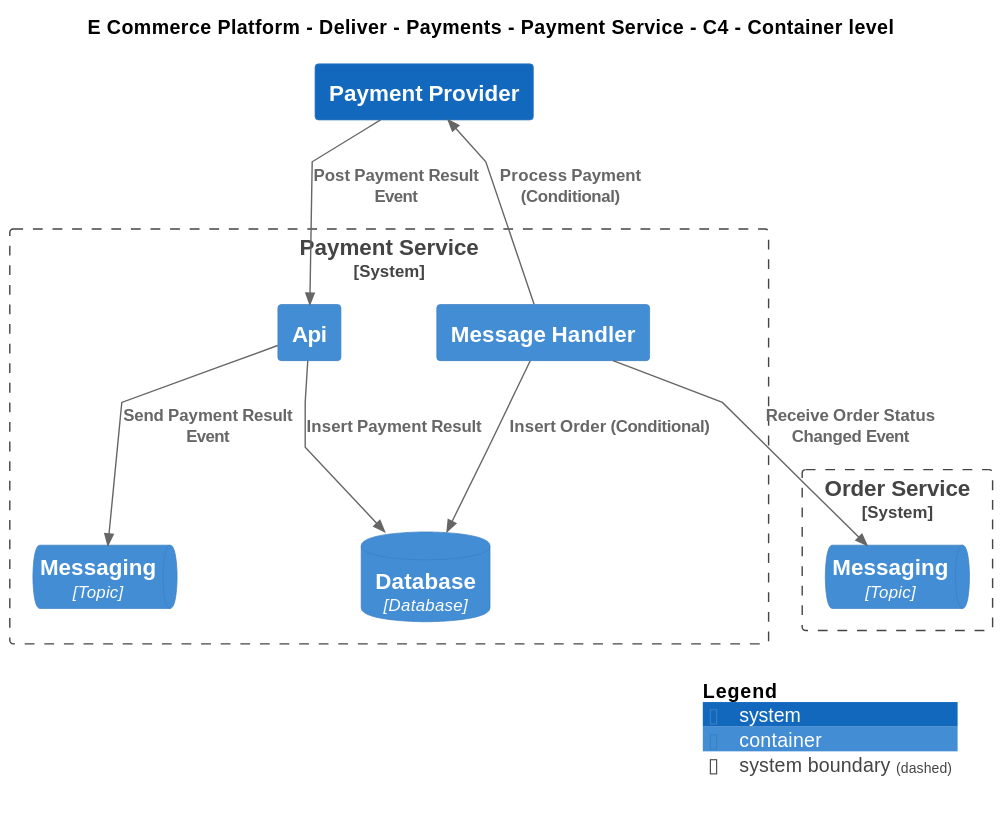
mnadenysenko/C4InterFlow keeps this PlantUML diagram as Samples/E-Commerce Platform/Yaml/Diagrams/E Commerce Platform/Deliver/Payments/Software Systems/Payment Service/Container - C4.svg. Above is the earlier version.
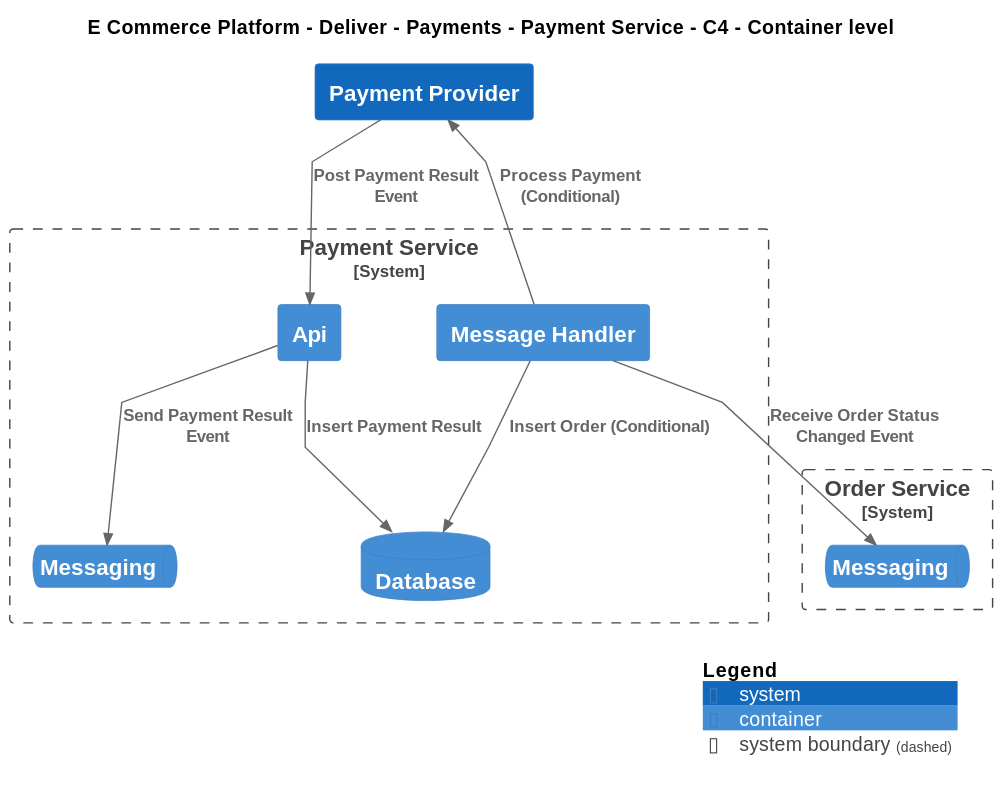
Later version of the same file.

The edit, as a diff of the source:
```diff
@@ -19,13 +19,13 @@
 
 System_Boundary(ECommercePlatform.Deliver.Payments.SoftwareSystems.PaymentService, "Payment Service") {
     Container(ECommercePlatform.Deliver.Payments.SoftwareSystems.PaymentService.Containers.Api, "Api", "", "")
-    ContainerDb(ECommercePlatform.Deliver.Payments.SoftwareSystems.PaymentService.Containers.Database, "Database", "Database", "")
-    ContainerQueue(ECommercePlatform.Deliver.Payments.SoftwareSystems.PaymentService.Containers.Messaging, "Messaging", "Topic", "")
+    ContainerDb(ECommercePlatform.Deliver.Payments.SoftwareSystems.PaymentService.Containers.Database, "Database", "", "")
+    ContainerQueue(ECommercePlatform.Deliver.Payments.SoftwareSystems.PaymentService.Containers.Messaging, "Messaging", "", "")
     Container(ECommercePlatform.Deliver.Payments.SoftwareSystems.PaymentService.Containers.MessageHandler, "Message Handler", "", "")
 }
 
 System_Boundary(ECommercePlatform.GenerateDemand.OrderManagement.SoftwareSystems.OrderService, "Order Service") {
-    ContainerQueue(ECommercePlatform.GenerateDemand.OrderManagement.SoftwareSystems.OrderService.Containers.Messaging, "Messaging", "Topic", "")
+    ContainerQueue(ECommercePlatform.GenerateDemand.OrderManagement.SoftwareSystems.OrderService.Containers.Messaging, "Messaging", "", "")
 }
 System(ECommercePlatform.Deliver.Payments.SoftwareSystems.PaymentProvider, "Payment Provider", "")
 
```
